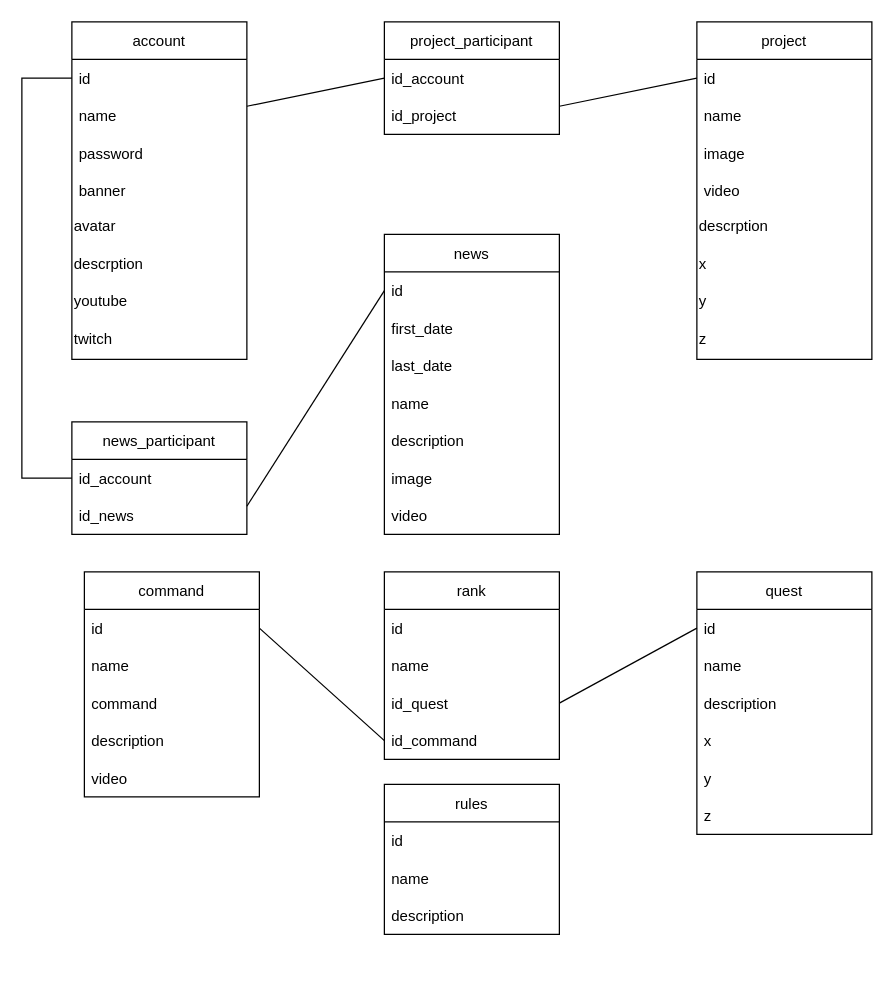
The draw.io diagram speleccio bdd.drawio in Valdorion/Speleccio, before the edit. Source tidied: cells renumbered, new cells numbered last; positions are measured from the earlier drawing's top-left corner, leaving out a move shared by most shapes. Both pictures are drawn from the tidied source at 125%, with x=0, y=0 at pixel (21, 21).
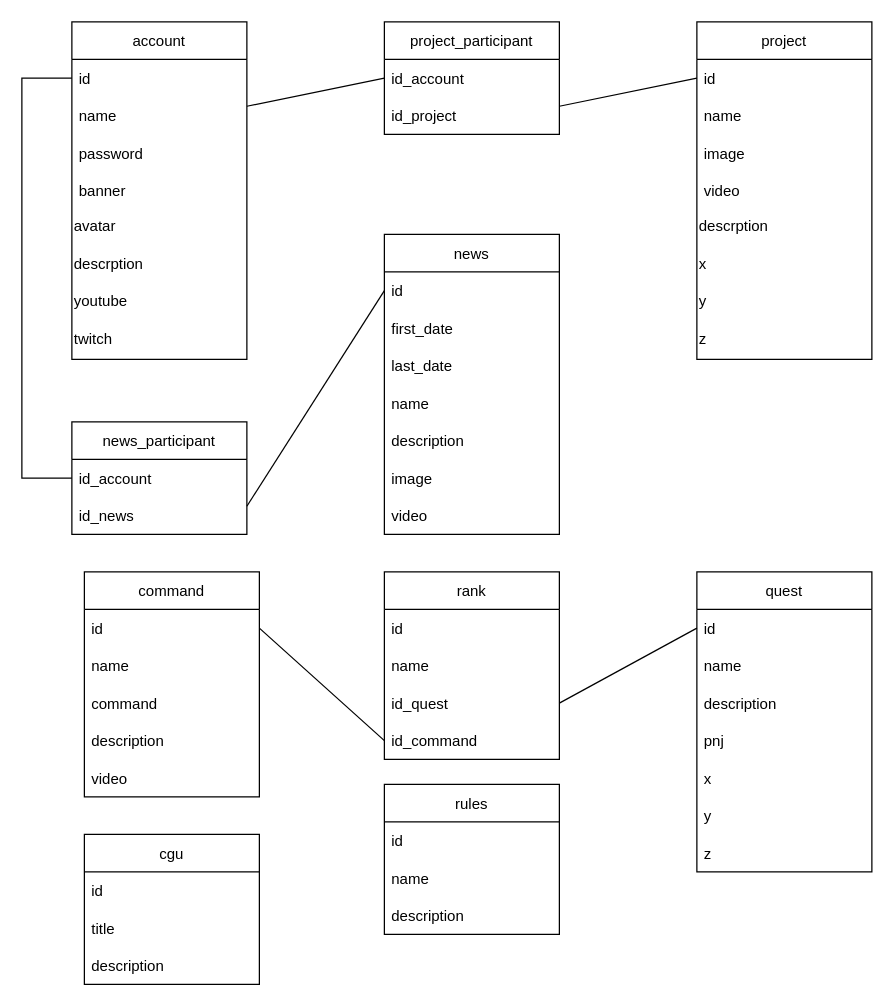
The same page after the edit.

Change to the diagram source:
```diff
@@
     <mxCell id="43" value="quest" style="swimlane;fontStyle=0;horizontal=1;startSize=30;" parent="1" vertex="1">
-      <mxGeometry x="540" y="440" width="140" height="210" as="geometry" />
+      <mxGeometry x="540" y="440" width="140" height="240" as="geometry" />
     </mxCell>
@@
+    <mxCell id="62" value="pnj" style="text;strokeColor=none;fillColor=none;align=left;verticalAlign=middle;spacingLeft=4;spacingRight=4;overflow=hidden;" parent="43" vertex="1">
+      <mxGeometry y="120" width="140" height="30" as="geometry" />
+    </mxCell>
     <mxCell id="47" value="x" style="text;strokeColor=none;fillColor=none;align=left;verticalAlign=middle;spacingLeft=4;spacingRight=4;overflow=hidden;" parent="43" vertex="1">
-      <mxGeometry y="120" width="140" height="30" as="geometry" />
+      <mxGeometry y="150" width="140" height="30" as="geometry" />
     </mxCell>
     <mxCell id="48" value="y" style="text;strokeColor=none;fillColor=none;align=left;verticalAlign=middle;spacingLeft=4;spacingRight=4;overflow=hidden;" parent="43" vertex="1">
-      <mxGeometry y="150" width="140" height="30" as="geometry" />
+      <mxGeometry y="180" width="140" height="30" as="geometry" />
     </mxCell>
     <mxCell id="49" value="z" style="text;strokeColor=none;fillColor=none;align=left;verticalAlign=middle;spacingLeft=4;spacingRight=4;overflow=hidden;" parent="43" vertex="1">
-      <mxGeometry y="180" width="140" height="30" as="geometry" />
+      <mxGeometry y="210" width="140" height="30" as="geometry" />
     </mxCell>
@@
+    <mxCell id="63" value="cgu" style="swimlane;fontStyle=0;horizontal=1;startSize=30;" parent="1" vertex="1">
+      <mxGeometry x="50" y="650" width="140" height="120" as="geometry" />
+    </mxCell>
+    <mxCell id="64" value="id" style="text;strokeColor=none;fillColor=none;align=left;verticalAlign=middle;spacingLeft=4;spacingRight=4;overflow=hidden;" parent="63" vertex="1">
+      <mxGeometry y="30" width="140" height="30" as="geometry" />
+    </mxCell>
+    <mxCell id="65" value="title" style="text;strokeColor=none;fillColor=none;align=left;verticalAlign=middle;spacingLeft=4;spacingRight=4;overflow=hidden;" parent="63" vertex="1">
+      <mxGeometry y="60" width="140" height="30" as="geometry" />
+    </mxCell>
+    <mxCell id="66" value="description" style="text;strokeColor=none;fillColor=none;align=left;verticalAlign=middle;spacingLeft=4;spacingRight=4;overflow=hidden;" parent="63" vertex="1">
+      <mxGeometry y="90" width="140" height="30" as="geometry" />
+    </mxCell>
```
